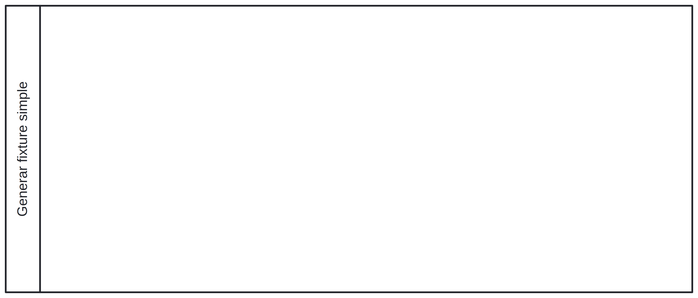
Before: docs/bpmn/Diagrama_4_Generar_fixture_simple.png, a diagram exported from BPMN (DanielLazaro1555/Proyecto-Olimpiadas). Its source is kept beside it as docs/bpmn/Diagrama_4_Generar_fixture_simple.bpmn. Ids are renumbered. The source it was exported from:
```xml
<bpmn:definitions xmlns:xsi="http://www.w3.org/2001/XMLSchema-instance" xmlns:bpmn="http://www.omg.org/spec/BPMN/20100524/MODEL" xmlns:bpmndi="http://www.omg.org/spec/BPMN/20100524/DI" xmlns:dc="http://www.omg.org/spec/DD/20100524/DC" id="Definitions_n1" targetNamespace="http://bpmn.io/schema/bpmn" exporter="bpmn-js (https://demo.bpmn.io)" exporterVersion="18.13.2">
  <bpmn:collaboration id="Collaboration_n2">
    <bpmn:participant id="Participant_n3" name="Generar fixture simple" processRef="Process_n4" />
  </bpmn:collaboration>
  <bpmn:process id="Process_n4" isExecutable="false" />
  <bpmndi:BPMNDiagram id="BPMNDiagram_1">
    <bpmndi:BPMNPlane id="BPMNPlane_1" bpmnElement="Collaboration_n2">
      <bpmndi:BPMNShape id="Participant_n3_di" bpmnElement="Participant_n3" isHorizontal="true">
        <dc:Bounds x="160" y="80" width="600" height="250" />
        <bpmndi:BPMNLabel />
      </bpmndi:BPMNShape>
    </bpmndi:BPMNPlane>
  </bpmndi:BPMNDiagram>
</bpmn:definitions>
```
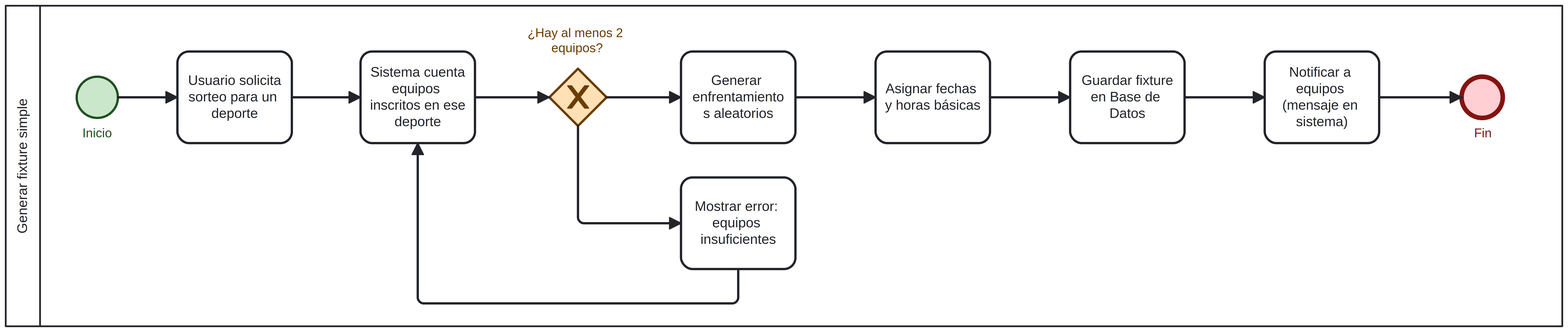
The same file after the commit.

Commit message:
docs: actualizar diagrama BPMN 4 y sus exportaciones PNG/SVG

- Actualización del Diagrama 4 (Generar fixture simple) en formato BPMN.
- Exportación y reemplazo de los recursos gráficos correspondientes en formatos PNG y SVG para reflejar los cambios en el flujo.

Change to the diagram source:
```diff
@@ -1,14 +1,154 @@
-<bpmn:definitions xmlns:xsi="http://www.w3.org/2001/XMLSchema-instance" xmlns:bpmn="http://www.omg.org/spec/BPMN/20100524/MODEL" xmlns:bpmndi="http://www.omg.org/spec/BPMN/20100524/DI" xmlns:dc="http://www.omg.org/spec/DD/20100524/DC" id="Definitions_n1" targetNamespace="http://bpmn.io/schema/bpmn" exporter="bpmn-js (https://demo.bpmn.io)" exporterVersion="18.13.2">
+<bpmn:definitions xmlns:xsi="http://www.w3.org/2001/XMLSchema-instance" xmlns:bpmn="http://www.omg.org/spec/BPMN/20100524/MODEL" xmlns:bpmndi="http://www.omg.org/spec/BPMN/20100524/DI" xmlns:dc="http://www.omg.org/spec/DD/20100524/DC" xmlns:bioc="http://bpmn.io/schema/bpmn/biocolor/1.0" xmlns:color="http://www.omg.org/spec/BPMN/non-normative/color/1.0" xmlns:di="http://www.omg.org/spec/DD/20100524/DI" id="Definitions_n1" targetNamespace="http://bpmn.io/schema/bpmn" exporter="bpmn-js (https://demo.bpmn.io)" exporterVersion="18.13.2">
   <bpmn:collaboration id="Collaboration_n2">
     <bpmn:participant id="Participant_n3" name="Generar fixture simple" processRef="Process_n4" />
   </bpmn:collaboration>
-  <bpmn:process id="Process_n4" isExecutable="false" />
+  <bpmn:process id="Process_n4" isExecutable="false">
+    <bpmn:startEvent id="Event_n5" name="Inicio">
+      <bpmn:outgoing>Flow_n6</bpmn:outgoing>
+    </bpmn:startEvent>
+    <bpmn:task id="Activity_n7" name="Usuario solicita sorteo para un deporte">
+      <bpmn:incoming>Flow_n6</bpmn:incoming>
+      <bpmn:outgoing>Flow_n8</bpmn:outgoing>
+    </bpmn:task>
+    <bpmn:sequenceFlow id="Flow_n6" sourceRef="Event_n5" targetRef="Activity_n7" />
+    <bpmn:task id="Activity_n9" name="Sistema cuenta equipos inscritos en ese deporte">
+      <bpmn:incoming>Flow_n8</bpmn:incoming>
+      <bpmn:incoming>Flow_n10</bpmn:incoming>
+      <bpmn:outgoing>Flow_n11</bpmn:outgoing>
+    </bpmn:task>
+    <bpmn:sequenceFlow id="Flow_n8" sourceRef="Activity_n7" targetRef="Activity_n9" />
+    <bpmn:exclusiveGateway id="Gateway_n12" name="¿Hay al menos 2 equipos?">
+      <bpmn:incoming>Flow_n11</bpmn:incoming>
+      <bpmn:outgoing>Flow_n13</bpmn:outgoing>
+      <bpmn:outgoing>Flow_n14</bpmn:outgoing>
+    </bpmn:exclusiveGateway>
+    <bpmn:sequenceFlow id="Flow_n11" sourceRef="Activity_n9" targetRef="Gateway_n12" />
+    <bpmn:task id="Activity_n15" name="Generar enfrentamientos aleatorios">
+      <bpmn:incoming>Flow_n13</bpmn:incoming>
+      <bpmn:outgoing>Flow_n16</bpmn:outgoing>
+    </bpmn:task>
+    <bpmn:sequenceFlow id="Flow_n13" sourceRef="Gateway_n12" targetRef="Activity_n15" />
+    <bpmn:task id="Activity_n17" name="Mostrar error: equipos insuficientes">
+      <bpmn:incoming>Flow_n14</bpmn:incoming>
+      <bpmn:outgoing>Flow_n10</bpmn:outgoing>
+    </bpmn:task>
+    <bpmn:sequenceFlow id="Flow_n14" sourceRef="Gateway_n12" targetRef="Activity_n17" />
+    <bpmn:task id="Activity_n18" name="Asignar fechas y horas básicas">
+      <bpmn:incoming>Flow_n16</bpmn:incoming>
+      <bpmn:outgoing>Flow_n19</bpmn:outgoing>
+    </bpmn:task>
+    <bpmn:sequenceFlow id="Flow_n16" sourceRef="Activity_n15" targetRef="Activity_n18" />
+    <bpmn:task id="Activity_n20" name="Guardar fixture en Base de Datos">
+      <bpmn:incoming>Flow_n19</bpmn:incoming>
+      <bpmn:outgoing>Flow_n21</bpmn:outgoing>
+    </bpmn:task>
+    <bpmn:sequenceFlow id="Flow_n19" sourceRef="Activity_n18" targetRef="Activity_n20" />
+    <bpmn:task id="Activity_n22" name="Notificar a equipos (mensaje en sistema)">
+      <bpmn:incoming>Flow_n21</bpmn:incoming>
+      <bpmn:outgoing>Flow_n23</bpmn:outgoing>
+    </bpmn:task>
+    <bpmn:sequenceFlow id="Flow_n21" sourceRef="Activity_n20" targetRef="Activity_n22" />
+    <bpmn:sequenceFlow id="Flow_n10" sourceRef="Activity_n17" targetRef="Activity_n9" />
+    <bpmn:endEvent id="Event_n24" name="Fin">
+      <bpmn:incoming>Flow_n23</bpmn:incoming>
+    </bpmn:endEvent>
+    <bpmn:sequenceFlow id="Flow_n23" sourceRef="Activity_n22" targetRef="Event_n24" />
+  </bpmn:process>
   <bpmndi:BPMNDiagram id="BPMNDiagram_1">
     <bpmndi:BPMNPlane id="BPMNPlane_1" bpmnElement="Collaboration_n2">
       <bpmndi:BPMNShape id="Participant_n3_di" bpmnElement="Participant_n3" isHorizontal="true">
-        <dc:Bounds x="160" y="80" width="600" height="250" />
+        <dc:Bounds x="160" y="50" width="1360" height="280" />
         <bpmndi:BPMNLabel />
       </bpmndi:BPMNShape>
+      <bpmndi:BPMNShape id="Event_n5_di" bpmnElement="Event_n5" bioc:stroke="#205022" bioc:fill="#c8e6c9" color:background-color="#c8e6c9" color:border-color="#205022">
+        <dc:Bounds x="222" y="112" width="36" height="36" />
+        <bpmndi:BPMNLabel>
+          <dc:Bounds x="227" y="155" width="26" height="14" />
+        </bpmndi:BPMNLabel>
+      </bpmndi:BPMNShape>
+      <bpmndi:BPMNShape id="Activity_n7_di" bpmnElement="Activity_n7">
+        <dc:Bounds x="310" y="90" width="100" height="80" />
+        <bpmndi:BPMNLabel />
+      </bpmndi:BPMNShape>
+      <bpmndi:BPMNShape id="Activity_n9_di" bpmnElement="Activity_n9">
+        <dc:Bounds x="470" y="90" width="100" height="80" />
+        <bpmndi:BPMNLabel />
+      </bpmndi:BPMNShape>
+      <bpmndi:BPMNShape id="Gateway_n12_di" bpmnElement="Gateway_n12" isMarkerVisible="true" bioc:stroke="#6b3c00" bioc:fill="#ffe0b2" color:background-color="#ffe0b2" color:border-color="#6b3c00">
+        <dc:Bounds x="635" y="105" width="50" height="50" />
+        <bpmndi:BPMNLabel>
+          <dc:Bounds x="616" y="67.5" width="87" height="27" />
+        </bpmndi:BPMNLabel>
+      </bpmndi:BPMNShape>
+      <bpmndi:BPMNShape id="Activity_n15_di" bpmnElement="Activity_n15">
+        <dc:Bounds x="750" y="90" width="100" height="80" />
+        <bpmndi:BPMNLabel />
+      </bpmndi:BPMNShape>
+      <bpmndi:BPMNShape id="Activity_n17_di" bpmnElement="Activity_n17">
+        <dc:Bounds x="750" y="200" width="100" height="80" />
+        <bpmndi:BPMNLabel />
+      </bpmndi:BPMNShape>
+      <bpmndi:BPMNShape id="Activity_n18_di" bpmnElement="Activity_n18">
+        <dc:Bounds x="920" y="90" width="100" height="80" />
+        <bpmndi:BPMNLabel />
+      </bpmndi:BPMNShape>
+      <bpmndi:BPMNShape id="Activity_n20_di" bpmnElement="Activity_n20">
+        <dc:Bounds x="1090" y="90" width="100" height="80" />
+        <bpmndi:BPMNLabel />
+      </bpmndi:BPMNShape>
+      <bpmndi:BPMNShape id="Activity_n22_di" bpmnElement="Activity_n22">
+        <dc:Bounds x="1260" y="90" width="100" height="80" />
+        <bpmndi:BPMNLabel />
+      </bpmndi:BPMNShape>
+      <bpmndi:BPMNShape id="Event_n24_di" bpmnElement="Event_n24" bioc:stroke="#831311" bioc:fill="#ffcdd2" color:background-color="#ffcdd2" color:border-color="#831311">
+        <dc:Bounds x="1432" y="112" width="36" height="36" />
+        <bpmndi:BPMNLabel>
+          <dc:Bounds x="1443" y="155" width="16" height="14" />
+        </bpmndi:BPMNLabel>
+      </bpmndi:BPMNShape>
+      <bpmndi:BPMNEdge id="Flow_n6_di" bpmnElement="Flow_n6">
+        <di:waypoint x="258" y="130" />
+        <di:waypoint x="310" y="130" />
+      </bpmndi:BPMNEdge>
+      <bpmndi:BPMNEdge id="Flow_n8_di" bpmnElement="Flow_n8">
+        <di:waypoint x="410" y="130" />
+        <di:waypoint x="470" y="130" />
+      </bpmndi:BPMNEdge>
+      <bpmndi:BPMNEdge id="Flow_n11_di" bpmnElement="Flow_n11">
+        <di:waypoint x="570" y="130" />
+        <di:waypoint x="635" y="130" />
+      </bpmndi:BPMNEdge>
+      <bpmndi:BPMNEdge id="Flow_n13_di" bpmnElement="Flow_n13">
+        <di:waypoint x="685" y="130" />
+        <di:waypoint x="750" y="130" />
+      </bpmndi:BPMNEdge>
+      <bpmndi:BPMNEdge id="Flow_n14_di" bpmnElement="Flow_n14">
+        <di:waypoint x="660" y="155" />
+        <di:waypoint x="660" y="240" />
+        <di:waypoint x="750" y="240" />
+      </bpmndi:BPMNEdge>
+      <bpmndi:BPMNEdge id="Flow_n16_di" bpmnElement="Flow_n16">
+        <di:waypoint x="850" y="130" />
+        <di:waypoint x="920" y="130" />
+      </bpmndi:BPMNEdge>
+      <bpmndi:BPMNEdge id="Flow_n19_di" bpmnElement="Flow_n19">
+        <di:waypoint x="1020" y="130" />
+        <di:waypoint x="1090" y="130" />
+      </bpmndi:BPMNEdge>
+      <bpmndi:BPMNEdge id="Flow_n21_di" bpmnElement="Flow_n21">
+        <di:waypoint x="1190" y="130" />
+        <di:waypoint x="1260" y="130" />
+      </bpmndi:BPMNEdge>
+      <bpmndi:BPMNEdge id="Flow_n10_di" bpmnElement="Flow_n10">
+        <di:waypoint x="800" y="280" />
+        <di:waypoint x="800" y="310" />
+        <di:waypoint x="520" y="310" />
+        <di:waypoint x="520" y="170" />
+      </bpmndi:BPMNEdge>
+      <bpmndi:BPMNEdge id="Flow_n23_di" bpmnElement="Flow_n23">
+        <di:waypoint x="1360" y="130" />
+        <di:waypoint x="1432" y="130" />
+      </bpmndi:BPMNEdge>
     </bpmndi:BPMNPlane>
   </bpmndi:BPMNDiagram>
 </bpmn:definitions>
```
